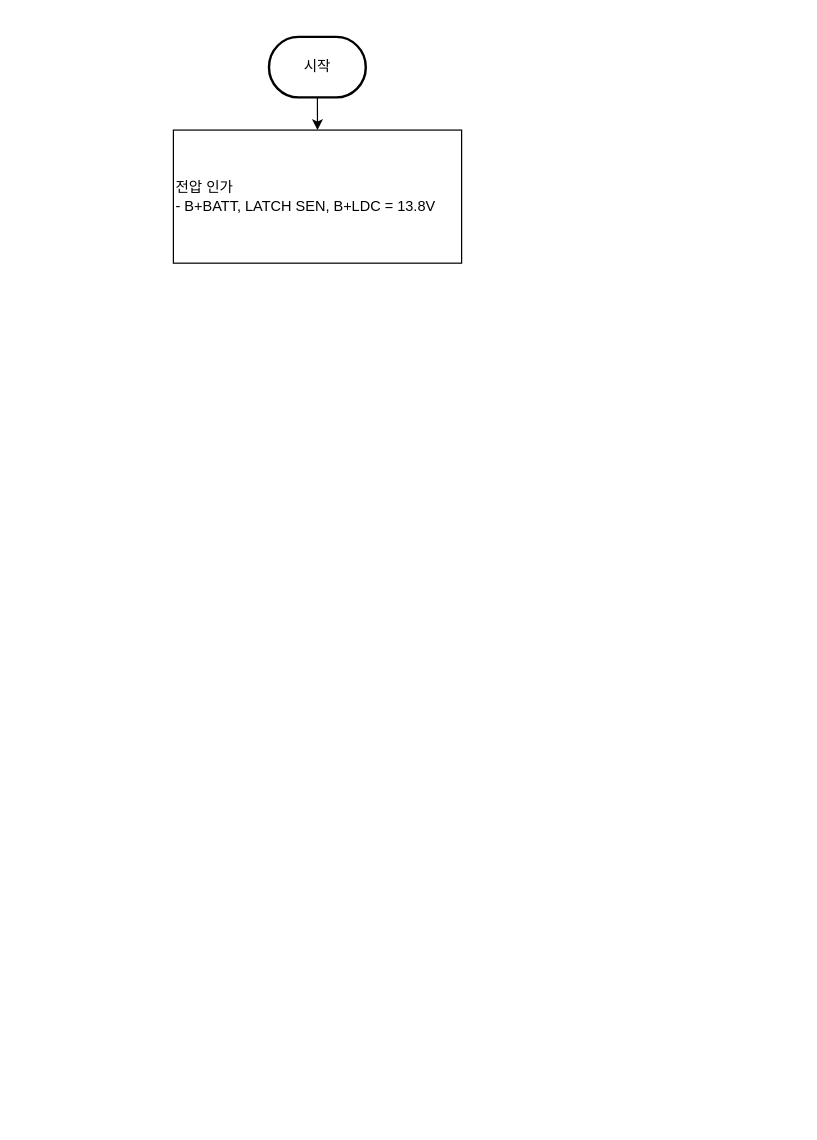
Above: 절연저항 센싱.drawio in chaeyoonl/state-transition-diagram-test (draw.io), before the change. Source tidied: cells renumbered, new cells numbered last; positions are measured from the earlier drawing's top-left corner, leaving out a move shared by most shapes. Both pictures are drawn from the tidied source at 121%, with x=0, y=0 at pixel (173, 36).
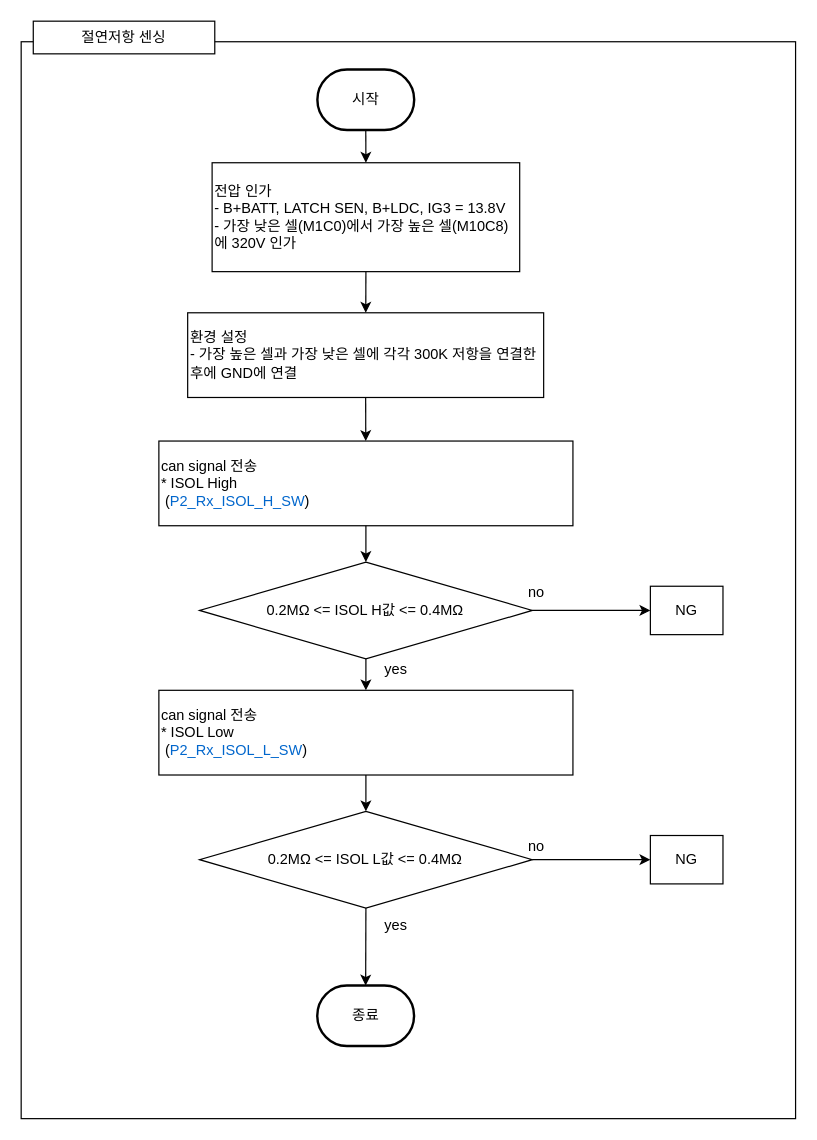
The same page after the edit.

Commit message:
절연저항 센싱.drawio 업데이트

What changed in the source:
```diff
@@
+    <mxCell id="5" style="rounded=0;whiteSpace=wrap;html=1;align=left;" parent="1" vertex="1">
+      <mxGeometry x="-126" y="4" width="640" height="890" as="geometry" />
+    </mxCell>
     <mxCell id="2" value="시작" style="strokeWidth=2;html=1;shape=mxgraph.flowchart.terminator;whiteSpace=wrap;" parent="1" vertex="1">
-      <mxGeometry x="78.8" width="80" height="50" as="geometry" />
+      <mxGeometry x="118.8" y="27" width="80" height="50" as="geometry" />
     </mxCell>
-    <mxCell id="3" value="전압 인가&lt;br&gt;- B+BATT, LATCH SEN, B+LDC = 13.8V" style="rounded=0;whiteSpace=wrap;html=1;align=left;" parent="1" vertex="1">
-      <mxGeometry x="-0.2" y="77" width="238.2" height="110" as="geometry" />
+    <mxCell id="3" value="전압 인가&lt;br&gt;- B+BATT, LATCH SEN, B+LDC, IG3 = 13.8V&lt;br&gt;- 가장 낮은 셀(M1C0)에서 가장 높은 셀(M10C8)에 320V 인가" style="rounded=0;whiteSpace=wrap;html=1;align=left;" parent="1" vertex="1">
+      <mxGeometry x="31.8" y="104" width="254.2" height="90" as="geometry" />
     </mxCell>
@@
+    <mxCell id="6" value="환경 설정&lt;br&gt;- 가장 높은 셀과 가장 낮은 셀에 각각 300K 저항을 연결한 후에 GND에 연결" style="rounded=0;whiteSpace=wrap;html=1;align=left;" parent="1" vertex="1">
+      <mxGeometry x="11.6" y="228" width="294.2" height="70" as="geometry" />
+    </mxCell>
+    <mxCell id="7" style="endArrow=classic;html=1;rounded=0;exitX=0.5;exitY=1;exitDx=0;exitDy=0;" parent="1" edge="1" source="3" target="6">
+      <mxGeometry relative="1" as="geometry" />
+    </mxCell>
+    <mxCell id="8" value="can signal 전송&lt;br&gt;* ISOL High&lt;br&gt;&amp;nbsp;(&lt;font color=&quot;#0066cc&quot;&gt;P2_Rx_ISOL_H_SW&lt;/font&gt;)" style="rounded=0;whiteSpace=wrap;html=1;align=left;" parent="1" vertex="1">
+      <mxGeometry x="-12.2" y="334" width="342.2" height="70" as="geometry" />
+    </mxCell>
+    <mxCell id="9" style="endArrow=classic;html=1;rounded=0;exitX=0.5;exitY=1;exitDx=0;exitDy=0;" parent="1" edge="1" source="6" target="8">
+      <mxGeometry relative="1" as="geometry" />
+    </mxCell>
+    <mxCell id="10" value="0.2MΩ &amp;lt;= ISOL H값 &amp;lt;= 0.4MΩ" style="rhombus;whiteSpace=wrap;html=1;" parent="1" vertex="1">
+      <mxGeometry x="21.4" y="434" width="275" height="80" as="geometry" />
+    </mxCell>
+    <mxCell id="11" value="can signal 전송&lt;br&gt;* ISOL Low&lt;br style=&quot;border-color: var(--border-color);&quot;&gt;&amp;nbsp;(&lt;font color=&quot;#0066cc&quot;&gt;P2_Rx_ISOL_L_SW&lt;/font&gt;)" style="rounded=0;whiteSpace=wrap;html=1;align=left;" parent="1" vertex="1">
+      <mxGeometry x="-12.2" y="540" width="342.2" height="70" as="geometry" />
+    </mxCell>
+    <mxCell id="12" value="0.2MΩ &amp;lt;= ISOL L값 &amp;lt;= 0.4MΩ" style="rhombus;whiteSpace=wrap;html=1;" parent="1" vertex="1">
+      <mxGeometry x="21.4" y="640" width="275" height="80" as="geometry" />
+    </mxCell>
+    <mxCell id="13" style="endArrow=classic;html=1;rounded=0;exitX=0.5;exitY=1;exitDx=0;exitDy=0;entryX=0.5;entryY=0;entryDx=0;entryDy=0;" parent="1" edge="1" source="8" target="10">
+      <mxGeometry relative="1" as="geometry" />
+    </mxCell>
+    <mxCell id="14" style="endArrow=classic;html=1;rounded=0;exitX=0.5;exitY=1;exitDx=0;exitDy=0;entryX=0.5;entryY=0;entryDx=0;entryDy=0;" parent="1" edge="1" source="10" target="11">
+      <mxGeometry relative="1" as="geometry" />
+    </mxCell>
+    <mxCell id="15" style="endArrow=classic;html=1;rounded=0;exitX=0.5;exitY=1;exitDx=0;exitDy=0;entryX=0.5;entryY=0;entryDx=0;entryDy=0;" parent="1" edge="1" source="11" target="12">
+      <mxGeometry relative="1" as="geometry" />
+    </mxCell>
+    <mxCell id="16" value="yes" style="text;html=1;strokeColor=none;fillColor=none;align=center;verticalAlign=middle;whiteSpace=wrap;rounded=0;" parent="1" vertex="1">
+      <mxGeometry x="154" y="720" width="60" height="30" as="geometry" />
+    </mxCell>
+    <mxCell id="17" value="종료" style="strokeWidth=2;html=1;shape=mxgraph.flowchart.terminator;whiteSpace=wrap;" parent="1" vertex="1">
+      <mxGeometry x="118.7" y="784" width="80" height="50" as="geometry" />
+    </mxCell>
+    <mxCell id="18" style="endArrow=classic;html=1;rounded=0;exitX=0.5;exitY=1;exitDx=0;exitDy=0;entryX=0.5;entryY=0;entryDx=0;entryDy=0;entryPerimeter=0;" parent="1" edge="1" source="12" target="17">
+      <mxGeometry relative="1" as="geometry" />
+    </mxCell>
+    <mxCell id="19" value="NG" style="rounded=0;whiteSpace=wrap;html=1;align=center;" parent="1" vertex="1">
+      <mxGeometry x="394" y="454" width="60" height="40" as="geometry" />
+    </mxCell>
+    <mxCell id="20" value="NG" style="rounded=0;whiteSpace=wrap;html=1;align=center;" parent="1" vertex="1">
+      <mxGeometry x="394" y="660" width="60" height="40" as="geometry" />
+    </mxCell>
+    <mxCell id="21" style="endArrow=classic;html=1;rounded=0;exitX=1;exitY=0.5;exitDx=0;exitDy=0;entryX=0;entryY=0.5;entryDx=0;entryDy=0;" parent="1" edge="1" source="10" target="19">
+      <mxGeometry relative="1" as="geometry" />
+    </mxCell>
+    <mxCell id="22" style="endArrow=classic;html=1;rounded=0;exitX=1;exitY=0.5;exitDx=0;exitDy=0;entryX=0;entryY=0.5;entryDx=0;entryDy=0;" parent="1" edge="1" source="12" target="20">
+      <mxGeometry relative="1" as="geometry" />
+    </mxCell>
+    <mxCell id="23" value="yes" style="text;html=1;strokeColor=none;fillColor=none;align=center;verticalAlign=middle;whiteSpace=wrap;rounded=0;" parent="1" vertex="1">
+      <mxGeometry x="154" y="508" width="60" height="30" as="geometry" />
+    </mxCell>
+    <mxCell id="24" value="no" style="text;html=1;strokeColor=none;fillColor=none;align=center;verticalAlign=middle;whiteSpace=wrap;rounded=0;" parent="1" vertex="1">
+      <mxGeometry x="270" y="444" width="60" height="30" as="geometry" />
+    </mxCell>
+    <mxCell id="25" value="no" style="text;html=1;strokeColor=none;fillColor=none;align=center;verticalAlign=middle;whiteSpace=wrap;rounded=0;" parent="1" vertex="1">
+      <mxGeometry x="270" y="654" width="60" height="30" as="geometry" />
+    </mxCell>
+    <mxCell id="26" value="절연저항 센싱" style="rounded=0;whiteSpace=wrap;html=1;align=center;" parent="1" vertex="1">
+      <mxGeometry x="-116" y="-13" width="150" height="27" as="geometry" />
+    </mxCell>
```
